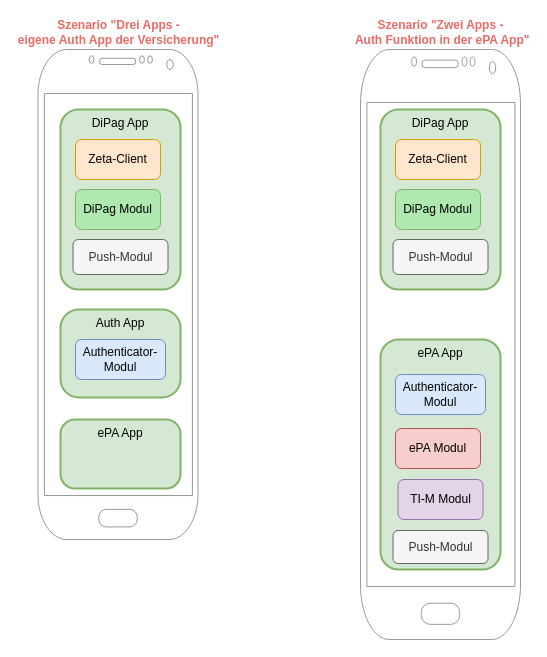
Before: image_src/DiPag_only_Integrationsszenarien.drawio in gematik/ig-versicherten-app, a draw.io diagram. Source tidied: cells renumbered, new cells numbered last; positions are measured from the earlier drawing's top-left corner, leaving out a move shared by most shapes. Both pictures are drawn from the tidied source at 100%, with x=0, y=0 at pixel (38, 49).
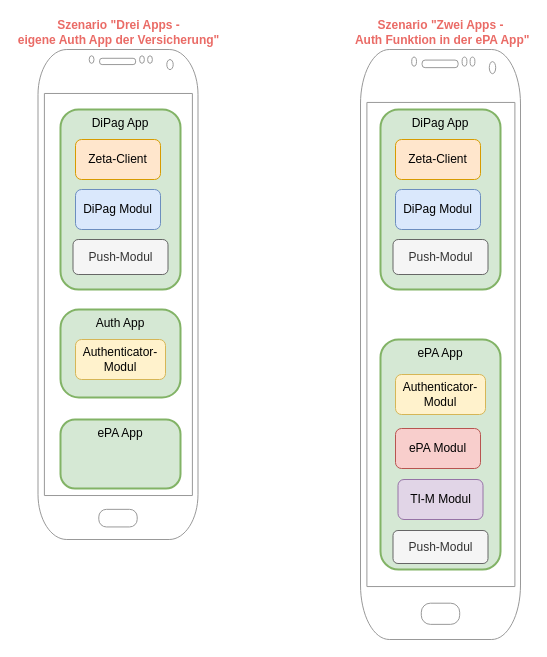
The same page after the edit.

Commit message (it also covers changes not shown here):
docs: update diagrams with new modifications and improved styles

Diff of the diagram source:
```diff
@@
 <mxGraphModel>
   <root>
     <mxCell id="0" />
     <mxCell id="1" parent="0" />
     <mxCell id="2" value="&lt;b style=&quot;border-color: rgb(218, 220, 224); color: rgb(234, 107, 102);&quot;&gt;Szenario&amp;nbsp;&lt;/b&gt;&lt;font style=&quot;border-color: rgb(218, 220, 224);&quot; color=&quot;#ea6b66&quot;&gt;&lt;b style=&quot;border-color: rgb(218, 220, 224);&quot;&gt;&quot;Zwei Apps -&lt;br&gt;&amp;nbsp;Auth Funktion in der ePA App&quot;&lt;/b&gt;&lt;/font&gt;" style="verticalLabelPosition=top;verticalAlign=bottom;html=1;shadow=0;dashed=0;strokeWidth=1;shape=mxgraph.android.phone2;strokeColor=#999999;labelPosition=center;align=center;" parent="1" vertex="1">
       <mxGeometry x="322" width="160" height="590" as="geometry" />
     </mxCell>
     <mxCell id="3" value="&lt;b style=&quot;border-color: rgb(218, 220, 224); text-align: left; background-color: rgb(255, 255, 255); color: rgb(234, 107, 102);&quot;&gt;Szenario&amp;nbsp;&lt;/b&gt;&lt;font style=&quot;border-color: rgb(218, 220, 224); text-align: left; background-color: rgb(255, 255, 255);&quot; color=&quot;#ea6b66&quot;&gt;&lt;b style=&quot;border-color: rgb(218, 220, 224);&quot;&gt;&quot;Drei Apps - &lt;br&gt;eigene Auth App der Versicherung&quot;&lt;/b&gt;&lt;/font&gt;" style="verticalLabelPosition=top;verticalAlign=bottom;html=1;shadow=0;dashed=0;strokeWidth=1;shape=mxgraph.android.phone2;strokeColor=#999999;labelPosition=center;align=center;" parent="1" vertex="1">
       <mxGeometry x="-0.5" width="160" height="490" as="geometry" />
     </mxCell>
     <mxCell id="4" value="DiPag App" style="rounded=1;whiteSpace=wrap;html=1;horizontal=1;verticalAlign=top;fillColor=#d5e8d4;strokeColor=#82b366;strokeWidth=2;" parent="1" vertex="1">
       <mxGeometry x="22" y="60" width="120" height="180" as="geometry" />
     </mxCell>
-    <mxCell id="5" value="DiPag Modul" style="rounded=1;whiteSpace=wrap;html=1;fillColor=#B0E8B2;strokeColor=#82b366;" parent="1" vertex="1">
+    <mxCell id="5" value="DiPag Modul" style="rounded=1;whiteSpace=wrap;html=1;fillColor=#dae8fc;strokeColor=#6c8ebf;" parent="1" vertex="1">
       <mxGeometry x="37" y="140" width="85" height="40" as="geometry" />
     </mxCell>
     <mxCell id="6" value="Auth App" style="rounded=1;whiteSpace=wrap;html=1;horizontal=1;verticalAlign=top;fillColor=#d5e8d4;strokeColor=#82b366;strokeWidth=2;arcSize=21;" parent="1" vertex="1">
       <mxGeometry x="22" y="260" width="120" height="88" as="geometry" />
     </mxCell>
     <mxCell id="7" value="DiPag App" style="rounded=1;whiteSpace=wrap;html=1;horizontal=1;verticalAlign=top;fillColor=#d5e8d4;strokeColor=#82b366;strokeWidth=2;" parent="1" vertex="1">
       <mxGeometry x="342" y="60" width="120" height="180" as="geometry" />
     </mxCell>
     <mxCell id="8" value="ePA App" style="rounded=1;whiteSpace=wrap;html=1;horizontal=1;verticalAlign=top;fillColor=#d5e8d4;strokeColor=#82b366;strokeWidth=2;arcSize=15;" parent="1" vertex="1">
       <mxGeometry x="342" y="290" width="120" height="230" as="geometry" />
     </mxCell>
-    <mxCell id="9" value="Authenticator-Modul" style="rounded=1;whiteSpace=wrap;html=1;fillColor=#dae8fc;strokeColor=#6c8ebf;" parent="1" vertex="1">
+    <mxCell id="9" value="Authenticator-Modul" style="rounded=1;whiteSpace=wrap;html=1;fillColor=#fff2cc;strokeColor=#d6b656;" parent="1" vertex="1">
       <mxGeometry x="357" y="325" width="90" height="40" as="geometry" />
     </mxCell>
-    <mxCell id="10" value="Authenticator-Modul" style="rounded=1;whiteSpace=wrap;html=1;fillColor=#dae8fc;strokeColor=#6c8ebf;" parent="1" vertex="1">
+    <mxCell id="10" value="Authenticator-Modul" style="rounded=1;whiteSpace=wrap;html=1;fillColor=#fff2cc;strokeColor=#d6b656;" parent="1" vertex="1">
       <mxGeometry x="37" y="290" width="90" height="40" as="geometry" />
     </mxCell>
     <mxCell id="11" value="Zeta-Client" style="rounded=1;whiteSpace=wrap;html=1;fillColor=#ffe6cc;strokeColor=#d79b00;" parent="1" vertex="1">
       <mxGeometry x="37" y="90" width="85" height="40" as="geometry" />
     </mxCell>
-    <mxCell id="12" value="DiPag Modul" style="rounded=1;whiteSpace=wrap;html=1;fillColor=#B0E8B2;strokeColor=#82b366;" parent="1" vertex="1">
+    <mxCell id="12" value="DiPag Modul" style="rounded=1;whiteSpace=wrap;html=1;fillColor=#dae8fc;strokeColor=#6c8ebf;" parent="1" vertex="1">
       <mxGeometry x="357" y="140" width="85" height="40" as="geometry" />
     </mxCell>
     <mxCell id="13" value="Zeta-Client" style="rounded=1;whiteSpace=wrap;html=1;fillColor=#ffe6cc;strokeColor=#d79b00;" parent="1" vertex="1">
       <mxGeometry x="357" y="90" width="85" height="40" as="geometry" />
     </mxCell>
     <mxCell id="14" value="Push-Modul" style="rounded=1;whiteSpace=wrap;html=1;fillColor=#f5f5f5;fontColor=#333333;strokeColor=#666666;" parent="1" vertex="1">
       <mxGeometry x="34.5" y="190" width="95" height="35" as="geometry" />
     </mxCell>
     <mxCell id="15" value="ePA App" style="rounded=1;whiteSpace=wrap;html=1;horizontal=1;verticalAlign=top;fillColor=#d5e8d4;strokeColor=#82b366;strokeWidth=2;arcSize=21;" parent="1" vertex="1">
       <mxGeometry x="22" y="370" width="120" height="69" as="geometry" />
     </mxCell>
     <mxCell id="16" value="Push-Modul" style="rounded=1;whiteSpace=wrap;html=1;fillColor=#f5f5f5;fontColor=#333333;strokeColor=#666666;" parent="1" vertex="1">
       <mxGeometry x="354.5" y="481" width="95" height="33" as="geometry" />
     </mxCell>
     <mxCell id="17" value="ePA Modul" style="rounded=1;whiteSpace=wrap;html=1;fillColor=#f8cecc;strokeColor=#b85450;" parent="1" vertex="1">
       <mxGeometry x="357" y="379" width="85" height="40" as="geometry" />
     </mxCell>
     <mxCell id="18" value="TI-M Modul" style="rounded=1;whiteSpace=wrap;html=1;fillColor=#e1d5e7;strokeColor=#9673a6;" parent="1" vertex="1">
       <mxGeometry x="359.5" y="430" width="85" height="40" as="geometry" />
     </mxCell>
     <mxCell id="19" value="Push-Modul" style="rounded=1;whiteSpace=wrap;html=1;fillColor=#f5f5f5;fontColor=#333333;strokeColor=#666666;" parent="1" vertex="1">
       <mxGeometry x="354.5" y="190" width="95" height="35" as="geometry" />
     </mxCell>
   </root>
 </mxGraphModel>
```
